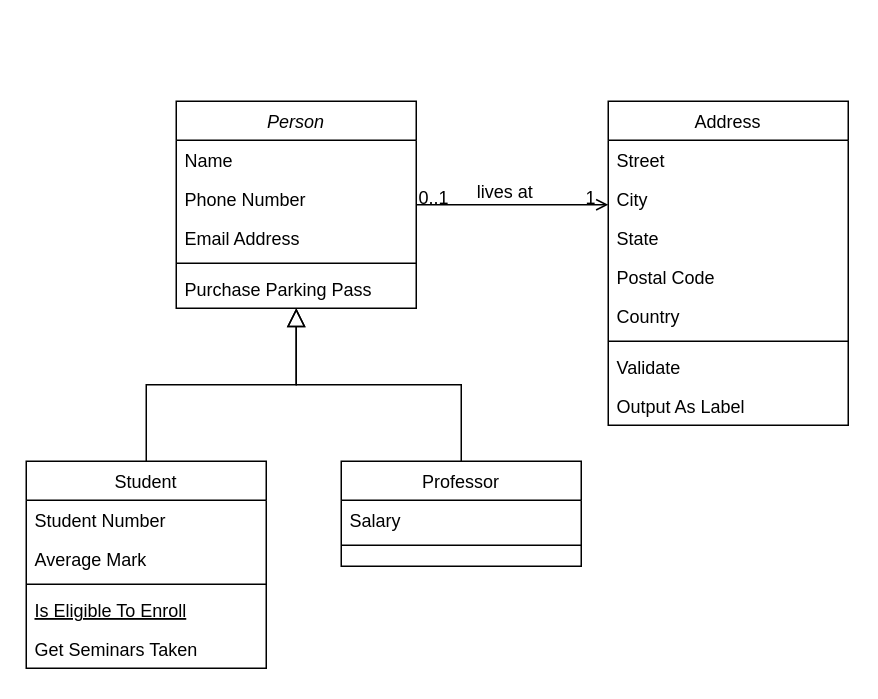
Above: Diagrama sem nome.drawio in joaogomide1/MER (draw.io), before the change. Source tidied: cells renumbered, new cells numbered last; positions are measured from the earlier drawing's top-left corner, leaving out a move shared by most shapes. Both pictures are drawn from the tidied source at 150%, with x=0, y=0 at pixel (26, 100).
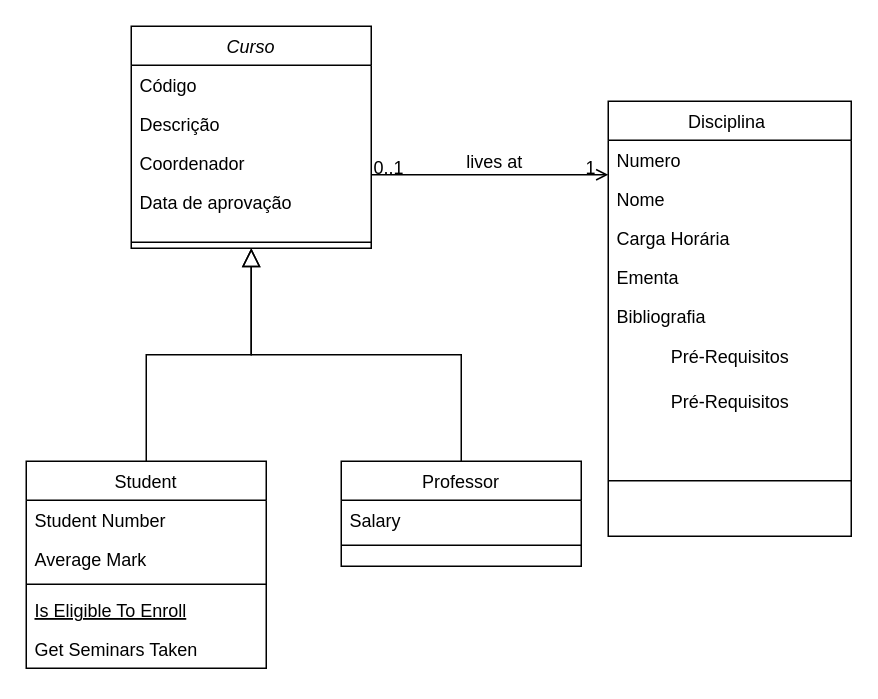
After the change.

Change to the diagram source:
```diff
@@
-    <mxCell id="2" value="Person" style="swimlane;fontStyle=2;align=center;verticalAlign=top;horizontal=1;startSize=26;rounded=0;shadow=0;strokeWidth=1;" parent="1" vertex="1">
-      <mxGeometry x="100" width="160" height="138" as="geometry" />
+    <mxCell id="2" value="Curso" style="swimlane;fontStyle=2;align=center;verticalAlign=top;horizontal=1;startSize=26;rounded=0;shadow=0;strokeWidth=1;" parent="1" vertex="1">
+      <mxGeometry x="70" y="-50" width="160" height="148" as="geometry" />
     </mxCell>
-    <mxCell id="3" value="Name" style="text;align=left;verticalAlign=top;spacingLeft=4;spacingRight=4;overflow=hidden;" parent="2" vertex="1">
+    <mxCell id="3" value="Código" style="text;align=left;verticalAlign=top;spacingLeft=4;spacingRight=4;overflow=hidden;" parent="2" vertex="1">
       <mxGeometry y="26" width="160" height="26" as="geometry" />
     </mxCell>
-    <mxCell id="4" value="Phone Number" style="text;align=left;verticalAlign=top;spacingLeft=4;spacingRight=4;overflow=hidden;rounded=0;shadow=0;html=0;" parent="2" vertex="1">
+    <mxCell id="4" value="Descrição " style="text;align=left;verticalAlign=top;spacingLeft=4;spacingRight=4;overflow=hidden;rounded=0;shadow=0;html=0;" parent="2" vertex="1">
       <mxGeometry y="52" width="160" height="26" as="geometry" />
     </mxCell>
+    <mxCell id="32" value="Coordenador" style="text;align=left;verticalAlign=top;spacingLeft=4;spacingRight=4;overflow=hidden;rounded=0;shadow=0;html=0;" parent="2" vertex="1">
+      <mxGeometry y="78" width="160" height="26" as="geometry" />
+    </mxCell>
-    <mxCell id="5" value="Email Address" style="text;align=left;verticalAlign=top;spacingLeft=4;spacingRight=4;overflow=hidden;rounded=0;shadow=0;html=0;" parent="2" vertex="1">
-      <mxGeometry y="78" width="160" height="26" as="geometry" />
+    <mxCell id="5" value="Data de aprovação " style="text;align=left;verticalAlign=top;spacingLeft=4;spacingRight=4;overflow=hidden;rounded=0;shadow=0;html=0;" parent="2" vertex="1">
+      <mxGeometry y="104" width="160" height="36" as="geometry" />
     </mxCell>
     <mxCell id="6" style="line;html=1;strokeWidth=1;align=left;verticalAlign=middle;spacingTop=-1;spacingLeft=3;spacingRight=3;labelPosition=right;" parent="2" vertex="1">
-      <mxGeometry y="104" width="160" height="8" as="geometry" />
+      <mxGeometry y="140" width="160" height="8" as="geometry" />
     </mxCell>
-    <mxCell id="7" value="Purchase Parking Pass" style="text;align=left;verticalAlign=top;spacingLeft=4;spacingRight=4;overflow=hidden;" parent="2" vertex="1">
-      <mxGeometry y="112" width="160" height="26" as="geometry" />
-    </mxCell>
@@
-    <mxCell id="19" value="Address" style="swimlane;fontStyle=0;align=center;verticalAlign=top;horizontal=1;startSize=26;rounded=0;shadow=0;strokeWidth=1;" parent="1" vertex="1">
-      <mxGeometry x="388" width="160" height="216" as="geometry" />
+    <mxCell id="19" value="Disciplina " style="swimlane;fontStyle=0;align=center;verticalAlign=top;horizontal=1;startSize=26;rounded=0;shadow=0;strokeWidth=1;" parent="1" vertex="1">
+      <mxGeometry x="388" width="162" height="290" as="geometry" />
     </mxCell>
-    <mxCell id="20" value="Street" style="text;align=left;verticalAlign=top;spacingLeft=4;spacingRight=4;overflow=hidden;" parent="19" vertex="1">
-      <mxGeometry y="26" width="160" height="26" as="geometry" />
+    <mxCell id="20" value="Numero" style="text;align=left;verticalAlign=top;spacingLeft=4;spacingRight=4;overflow=hidden;" parent="19" vertex="1">
+      <mxGeometry y="26" width="162" height="26" as="geometry" />
     </mxCell>
-    <mxCell id="21" value="City" style="text;align=left;verticalAlign=top;spacingLeft=4;spacingRight=4;overflow=hidden;rounded=0;shadow=0;html=0;" parent="19" vertex="1">
-      <mxGeometry y="52" width="160" height="26" as="geometry" />
+    <mxCell id="21" value="Nome" style="text;align=left;verticalAlign=top;spacingLeft=4;spacingRight=4;overflow=hidden;rounded=0;shadow=0;html=0;" parent="19" vertex="1">
+      <mxGeometry y="52" width="162" height="26" as="geometry" />
     </mxCell>
-    <mxCell id="22" value="State" style="text;align=left;verticalAlign=top;spacingLeft=4;spacingRight=4;overflow=hidden;rounded=0;shadow=0;html=0;" parent="19" vertex="1">
-      <mxGeometry y="78" width="160" height="26" as="geometry" />
+    <mxCell id="22" value="Carga Horária " style="text;align=left;verticalAlign=top;spacingLeft=4;spacingRight=4;overflow=hidden;rounded=0;shadow=0;html=0;" parent="19" vertex="1">
+      <mxGeometry y="78" width="162" height="26" as="geometry" />
     </mxCell>
-    <mxCell id="23" value="Postal Code" style="text;align=left;verticalAlign=top;spacingLeft=4;spacingRight=4;overflow=hidden;rounded=0;shadow=0;html=0;" parent="19" vertex="1">
-      <mxGeometry y="104" width="160" height="26" as="geometry" />
+    <mxCell id="23" value="Ementa" style="text;align=left;verticalAlign=top;spacingLeft=4;spacingRight=4;overflow=hidden;rounded=0;shadow=0;html=0;" parent="19" vertex="1">
+      <mxGeometry y="104" width="162" height="26" as="geometry" />
     </mxCell>
-    <mxCell id="24" value="Country" style="text;align=left;verticalAlign=top;spacingLeft=4;spacingRight=4;overflow=hidden;rounded=0;shadow=0;html=0;" parent="19" vertex="1">
-      <mxGeometry y="130" width="160" height="26" as="geometry" />
+    <mxCell id="24" value="Bibliografia" style="text;align=left;verticalAlign=top;spacingLeft=4;spacingRight=4;overflow=hidden;rounded=0;shadow=0;html=0;" parent="19" vertex="1">
+      <mxGeometry y="130" width="162" height="26" as="geometry" />
     </mxCell>
+    <mxCell id="33" value="Pré-Requisitos" style="text;html=1;align=center;verticalAlign=middle;strokeColor=none;fillColor=none;" parent="19" vertex="1">
+      <mxGeometry y="156" width="162" height="30" as="geometry" />
+    </mxCell>
+    <mxCell id="34" value="Pré-Requisitos" style="text;html=1;align=center;verticalAlign=middle;strokeColor=none;fillColor=none;" parent="19" vertex="1">
+      <mxGeometry y="186" width="162" height="30" as="geometry" />
+    </mxCell>
     <mxCell id="25" style="line;html=1;strokeWidth=1;align=left;verticalAlign=middle;spacingTop=-1;spacingLeft=3;spacingRight=3;labelPosition=right;" parent="19" vertex="1">
-      <mxGeometry y="156" width="160" height="8" as="geometry" />
+      <mxGeometry y="216" width="162" height="74" as="geometry" />
     </mxCell>
-    <mxCell id="26" value="Validate" style="text;align=left;verticalAlign=top;spacingLeft=4;spacingRight=4;overflow=hidden;" parent="19" vertex="1">
-      <mxGeometry y="164" width="160" height="26" as="geometry" />
-    </mxCell>
-    <mxCell id="27" value="Output As Label" style="text;align=left;verticalAlign=top;spacingLeft=4;spacingRight=4;overflow=hidden;" parent="19" vertex="1">
-      <mxGeometry y="190" width="160" height="26" as="geometry" />
-    </mxCell>
```
